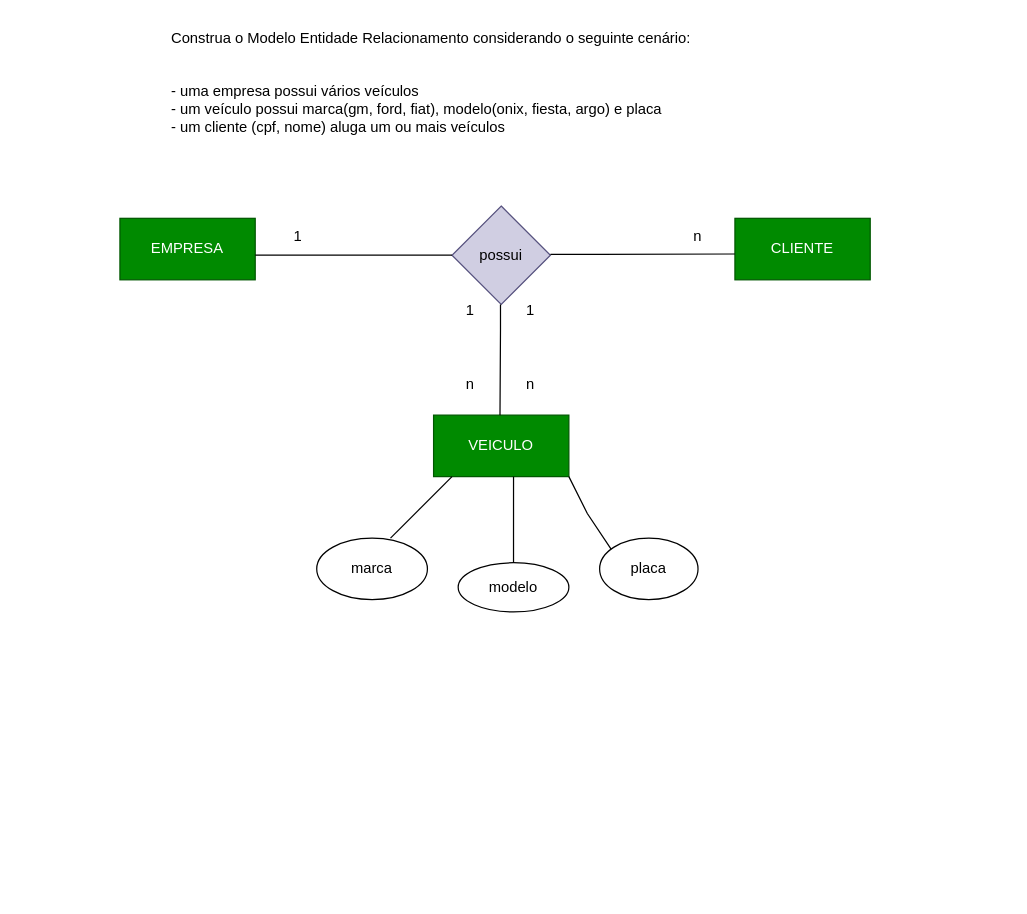
Before: sprint1-bd/exercicios/1.2-exercicio-locadora/1.2-exercicio-filmes.drawio in AlbatrozPyt/2S-SENAI-dv, a draw.io diagram. Source tidied: cells renumbered, new cells numbered last; positions are measured from the earlier drawing's top-left corner, leaving out a move shared by most shapes. Both pictures are drawn from the tidied source at 123%, with x=0, y=0 at pixel (119, 21).
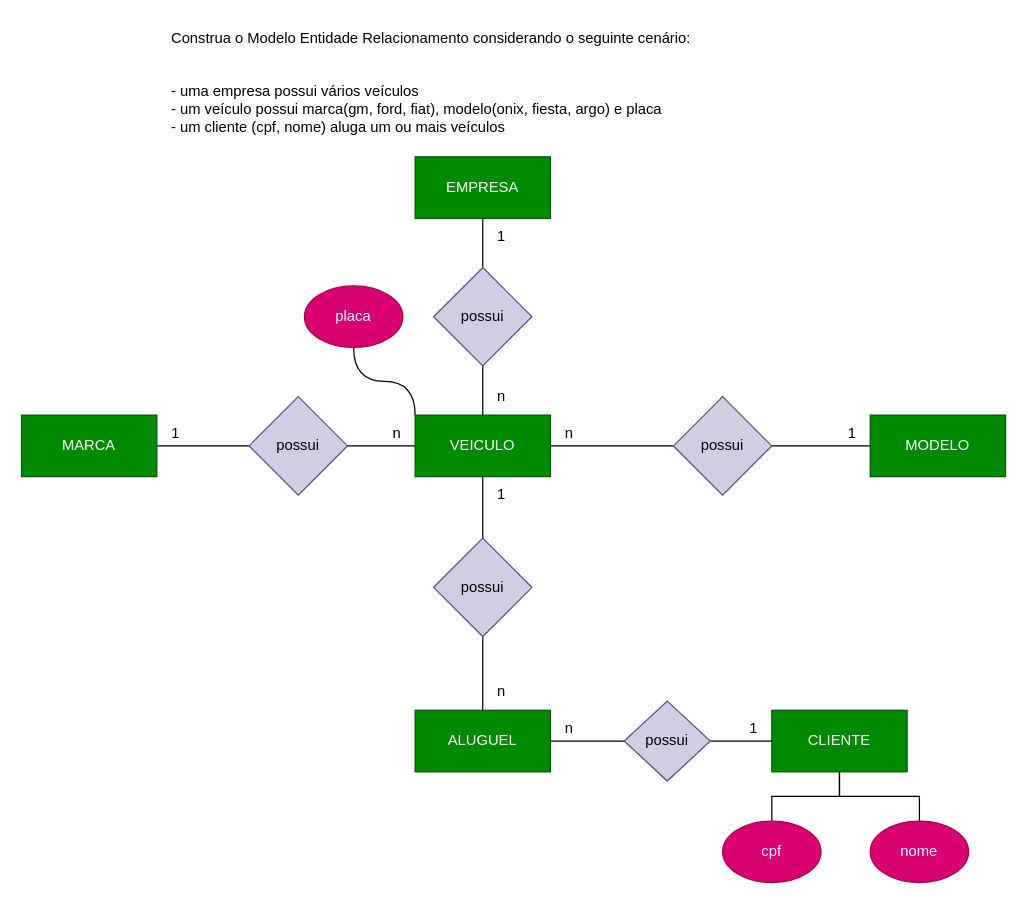
The same diagram, later.

Diff of the diagram source:
```diff
@@
     <mxCell id="3" value="EMPRESA" style="html=1;whiteSpace=wrap;fillColor=#008a00;fontColor=#ffffff;strokeColor=#005700;" parent="1" vertex="1">
-      <mxGeometry y="160" width="110" height="50" as="geometry" />
+      <mxGeometry x="240" y="110" width="110" height="50" as="geometry" />
     </mxCell>
+    <mxCell id="26" style="edgeStyle=orthogonalEdgeStyle;rounded=0;jettySize=auto;html=1;entryX=1;entryY=0.5;entryDx=0;entryDy=0;endArrow=none;endFill=0;" parent="1" edge="1" source="4" target="36">
+      <mxGeometry relative="1" as="geometry" />
+    </mxCell>
+    <mxCell id="27" style="edgeStyle=orthogonalEdgeStyle;rounded=0;jettySize=auto;html=1;entryX=0;entryY=0.5;entryDx=0;entryDy=0;endArrow=none;endFill=0;" parent="1" edge="1" source="4" target="39">
+      <mxGeometry relative="1" as="geometry" />
+    </mxCell>
+    <mxCell id="28" style="rounded=0;jettySize=auto;html=1;endArrow=none;endFill=0;edgeStyle=orthogonalEdgeStyle;curved=1;exitX=0;exitY=0;exitDx=0;exitDy=0;" parent="1" edge="1" source="4" target="15">
+      <mxGeometry relative="1" as="geometry" />
+    </mxCell>
     <mxCell id="4" value="VEICULO" style="html=1;whiteSpace=wrap;fillColor=#008a00;fontColor=#ffffff;strokeColor=#005700;" parent="1" vertex="1">
-      <mxGeometry x="255" y="320" width="110" height="50" as="geometry" />
+      <mxGeometry x="240" y="320" width="110" height="50" as="geometry" />
     </mxCell>
+    <mxCell id="29" style="edgeStyle=orthogonalEdgeStyle;rounded=0;jettySize=auto;html=1;endArrow=none;endFill=0;" parent="1" edge="1" source="5" target="33">
+      <mxGeometry relative="1" as="geometry" />
+    </mxCell>
+    <mxCell id="30" style="edgeStyle=orthogonalEdgeStyle;rounded=0;jettySize=auto;html=1;endArrow=none;endFill=0;" parent="1" edge="1" source="5" target="34">
+      <mxGeometry relative="1" as="geometry" />
+    </mxCell>
     <mxCell id="5" value="CLIENTE" style="html=1;whiteSpace=wrap;fillColor=#008a00;fontColor=#ffffff;strokeColor=#005700;" parent="1" vertex="1">
-      <mxGeometry x="500" y="160" width="110" height="50" as="geometry" />
+      <mxGeometry x="530" y="560" width="110" height="50" as="geometry" />
     </mxCell>
+    <mxCell id="31" style="edgeStyle=orthogonalEdgeStyle;rounded=0;jettySize=auto;html=1;entryX=0.5;entryY=1;entryDx=0;entryDy=0;endArrow=none;endFill=0;" parent="1" edge="1" source="6" target="3">
+      <mxGeometry relative="1" as="geometry" />
+    </mxCell>
+    <mxCell id="32" style="edgeStyle=orthogonalEdgeStyle;rounded=0;jettySize=auto;html=1;entryX=0.5;entryY=0;entryDx=0;entryDy=0;endArrow=none;endFill=0;" parent="1" edge="1" source="6" target="4">
+      <mxGeometry relative="1" as="geometry" />
+    </mxCell>
-    <mxCell id="6" style="rhombus;whiteSpace=wrap;html=1;fillColor=#d0cee2;strokeColor=#56517e;" parent="1" vertex="1">
-      <mxGeometry x="270" y="150" width="80" height="80" as="geometry" />
+    <mxCell id="6" value="possui" style="rhombus;whiteSpace=wrap;html=1;fillColor=#d0cee2;strokeColor=#56517e;" parent="1" vertex="1">
+      <mxGeometry x="255" y="200" width="80" height="80" as="geometry" />
     </mxCell>
-    <mxCell id="7" value="possui" style="text;html=1;strokeColor=none;fillColor=none;align=center;verticalAlign=middle;whiteSpace=wrap;rounded=0;" parent="1" vertex="1">
-      <mxGeometry x="280" y="175" width="60" height="30" as="geometry" />
-    </mxCell>
-    <mxCell id="8" style="endArrow=none;html=1;rounded=0;" parent="1" edge="1">
-      <mxGeometry relative="1" as="geometry">
-        <mxPoint x="220" y="420" as="sourcePoint" />
-        <mxPoint x="270" y="370" as="targetPoint" />
-      </mxGeometry>
-    </mxCell>
-    <mxCell id="9" style="ellipse;whiteSpace=wrap;html=1;" parent="1" vertex="1">
-      <mxGeometry x="160" y="420" width="90" height="50" as="geometry" />
-    </mxCell>
-    <mxCell id="10" value="marca" style="text;html=1;strokeColor=none;fillColor=none;align=center;verticalAlign=middle;whiteSpace=wrap;rounded=0;" parent="1" vertex="1">
-      <mxGeometry x="175" y="430" width="60" height="30" as="geometry" />
-    </mxCell>
-    <mxCell id="11" style="endArrow=none;html=1;rounded=0;entryX=0.591;entryY=1;entryDx=0;entryDy=0;entryPerimeter=0;" parent="1" edge="1" target="4">
-      <mxGeometry relative="1" as="geometry">
-        <mxPoint x="320" y="440" as="sourcePoint" />
-        <Array as="points">
-          <mxPoint x="320" y="420" />
-        </Array>
-      </mxGeometry>
-    </mxCell>
-    <mxCell id="12" style="ellipse;whiteSpace=wrap;html=1;" parent="1" vertex="1">
-      <mxGeometry x="275" y="440" width="90" height="40" as="geometry" />
-    </mxCell>
-    <mxCell id="13" value="modelo" style="text;html=1;strokeColor=none;fillColor=none;align=center;verticalAlign=middle;whiteSpace=wrap;rounded=0;" parent="1" vertex="1">
-      <mxGeometry x="290" y="445" width="60" height="30" as="geometry" />
-    </mxCell>
-    <mxCell id="14" style="endArrow=none;html=1;rounded=0;entryX=0.591;entryY=1;entryDx=0;entryDy=0;entryPerimeter=0;" parent="1" edge="1">
-      <mxGeometry relative="1" as="geometry">
-        <mxPoint x="400" y="430" as="sourcePoint" />
-        <mxPoint x="365" y="370" as="targetPoint" />
-        <Array as="points">
-          <mxPoint x="380" y="400" />
-        </Array>
-      </mxGeometry>
-    </mxCell>
-    <mxCell id="15" style="ellipse;whiteSpace=wrap;html=1;" parent="1" vertex="1">
-      <mxGeometry x="390" y="420" width="80" height="50" as="geometry" />
+    <mxCell id="15" value="placa" style="ellipse;whiteSpace=wrap;html=1;fillColor=#d80073;fontColor=#ffffff;strokeColor=#A50040;" parent="1" vertex="1">
+      <mxGeometry x="150" y="215" width="80" height="50" as="geometry" />
     </mxCell>
-    <mxCell id="16" value="placa" style="text;html=1;strokeColor=none;fillColor=none;align=center;verticalAlign=middle;whiteSpace=wrap;rounded=0;" parent="1" vertex="1">
-      <mxGeometry x="400" y="430" width="60" height="30" as="geometry" />
-    </mxCell>
-    <mxCell id="17" style="endArrow=none;html=1;rounded=0;entryX=0;entryY=0.5;entryDx=0;entryDy=0;" parent="1" edge="1" target="6">
-      <mxGeometry relative="1" as="geometry">
-        <mxPoint x="110" y="190" as="sourcePoint" />
-        <Array as="points">
-          <mxPoint x="150" y="190" />
-        </Array>
-      </mxGeometry>
-    </mxCell>
-    <mxCell id="18" style="endArrow=none;html=1;rounded=0;" parent="1" edge="1">
-      <mxGeometry relative="1" as="geometry">
-        <mxPoint x="350" y="189.4" as="sourcePoint" />
-        <mxPoint x="500" y="189" as="targetPoint" />
-        <Array as="points">
-          <mxPoint x="390" y="189.4" />
-        </Array>
-      </mxGeometry>
-    </mxCell>
-    <mxCell id="19" style="endArrow=none;html=1;rounded=0;" parent="1" edge="1">
-      <mxGeometry relative="1" as="geometry">
-        <mxPoint x="309.4" y="230" as="sourcePoint" />
-        <mxPoint x="309" y="320" as="targetPoint" />
-        <Array as="points">
-          <mxPoint x="309.4" y="250.4" />
-        </Array>
-      </mxGeometry>
-    </mxCell>
-    <mxCell id="20" value="1" style="text;html=1;strokeColor=none;fillColor=none;align=center;verticalAlign=middle;whiteSpace=wrap;rounded=0;" parent="1" vertex="1">
-      <mxGeometry x="115" y="160" width="60" height="30" as="geometry" />
-    </mxCell>
-    <mxCell id="21" value="n" style="text;html=1;strokeColor=none;fillColor=none;align=center;verticalAlign=middle;whiteSpace=wrap;rounded=0;" parent="1" vertex="1">
-      <mxGeometry x="440" y="160" width="60" height="30" as="geometry" />
-    </mxCell>
-    <mxCell id="22" value="1" style="text;html=1;strokeColor=none;fillColor=none;align=center;verticalAlign=middle;whiteSpace=wrap;rounded=0;" parent="1" vertex="1">
-      <mxGeometry x="255" y="220" width="60" height="30" as="geometry" />
-    </mxCell>
-    <mxCell id="23" value="n" style="text;html=1;strokeColor=none;fillColor=none;align=center;verticalAlign=middle;whiteSpace=wrap;rounded=0;" parent="1" vertex="1">
-      <mxGeometry x="255" y="280" width="60" height="30" as="geometry" />
-    </mxCell>
-    <mxCell id="24" value="1" style="text;html=1;strokeColor=none;fillColor=none;align=center;verticalAlign=middle;whiteSpace=wrap;rounded=0;" parent="1" vertex="1">
-      <mxGeometry x="304" y="220" width="60" height="30" as="geometry" />
-    </mxCell>
-    <mxCell id="25" value="n" style="text;html=1;strokeColor=none;fillColor=none;align=center;verticalAlign=middle;whiteSpace=wrap;rounded=0;" parent="1" vertex="1">
-      <mxGeometry x="304" y="280" width="60" height="30" as="geometry" />
-    </mxCell>
+    <mxCell id="33" value="cpf" style="ellipse;whiteSpace=wrap;html=1;fillColor=#d80073;fontColor=#ffffff;strokeColor=#A50040;" parent="1" vertex="1">
+      <mxGeometry x="490" y="650" width="80" height="50" as="geometry" />
+    </mxCell>
+    <mxCell id="34" value="nome" style="ellipse;whiteSpace=wrap;html=1;fillColor=#d80073;fontColor=#ffffff;strokeColor=#A50040;" parent="1" vertex="1">
+      <mxGeometry x="610" y="650" width="80" height="50" as="geometry" />
+    </mxCell>
+    <mxCell id="35" style="edgeStyle=orthogonalEdgeStyle;rounded=0;jettySize=auto;html=1;entryX=1;entryY=0.5;entryDx=0;entryDy=0;endArrow=none;endFill=0;" parent="1" edge="1" source="36" target="37">
+      <mxGeometry relative="1" as="geometry" />
+    </mxCell>
+    <mxCell id="36" value="possui" style="rhombus;whiteSpace=wrap;html=1;fillColor=#d0cee2;strokeColor=#56517e;" parent="1" vertex="1">
+      <mxGeometry x="105" y="305" width="80" height="80" as="geometry" />
+    </mxCell>
+    <mxCell id="37" value="MARCA" style="html=1;whiteSpace=wrap;fillColor=#008a00;fontColor=#ffffff;strokeColor=#005700;" parent="1" vertex="1">
+      <mxGeometry x="-80" y="320" width="110" height="50" as="geometry" />
+    </mxCell>
+    <mxCell id="38" style="edgeStyle=orthogonalEdgeStyle;rounded=0;jettySize=auto;html=1;entryX=0;entryY=0.5;entryDx=0;entryDy=0;endArrow=none;endFill=0;" parent="1" edge="1" source="39" target="40">
+      <mxGeometry relative="1" as="geometry" />
+    </mxCell>
+    <mxCell id="39" value="possui" style="rhombus;whiteSpace=wrap;html=1;fillColor=#d0cee2;strokeColor=#56517e;" parent="1" vertex="1">
+      <mxGeometry x="450" y="305" width="80" height="80" as="geometry" />
+    </mxCell>
+    <mxCell id="40" value="MODELO" style="html=1;whiteSpace=wrap;fillColor=#008a00;fontColor=#ffffff;strokeColor=#005700;" parent="1" vertex="1">
+      <mxGeometry x="610" y="320" width="110" height="50" as="geometry" />
+    </mxCell>
+    <mxCell id="41" style="edgeStyle=orthogonalEdgeStyle;rounded=0;jettySize=auto;html=1;entryX=0;entryY=0.5;entryDx=0;entryDy=0;endArrow=none;endFill=0;" parent="1" edge="1" source="42" target="56">
+      <mxGeometry relative="1" as="geometry" />
+    </mxCell>
+    <mxCell id="42" value="ALUGUEL" style="html=1;whiteSpace=wrap;fillColor=#008a00;fontColor=#ffffff;strokeColor=#005700;" parent="1" vertex="1">
+      <mxGeometry x="240" y="560" width="110" height="50" as="geometry" />
+    </mxCell>
+    <mxCell id="43" style="edgeStyle=orthogonalEdgeStyle;rounded=0;orthogonalLoop=1;jettySize=auto;html=1;exitX=0.5;exitY=1;exitDx=0;exitDy=0;" parent="1" edge="1" source="33" target="33">
+      <mxGeometry relative="1" as="geometry" />
+    </mxCell>
+    <mxCell id="44" value="1" style="text;html=1;align=center;verticalAlign=middle;strokeColor=none;fillColor=none;" parent="1" vertex="1">
+      <mxGeometry x="295" y="160" width="30" height="30" as="geometry" />
+    </mxCell>
+    <mxCell id="45" value="n" style="text;html=1;align=center;verticalAlign=middle;strokeColor=none;fillColor=none;" parent="1" vertex="1">
+      <mxGeometry x="295" y="290" width="30" height="30" as="geometry" />
+    </mxCell>
+    <mxCell id="46" value="1" style="text;html=1;align=center;verticalAlign=middle;strokeColor=none;fillColor=none;" parent="1" vertex="1">
+      <mxGeometry x="30" y="320" width="30" height="30" as="geometry" />
+    </mxCell>
+    <mxCell id="47" value="n" style="text;html=1;align=center;verticalAlign=middle;strokeColor=none;fillColor=none;" parent="1" vertex="1">
+      <mxGeometry x="350" y="320" width="30" height="30" as="geometry" />
+    </mxCell>
+    <mxCell id="48" value="1" style="text;html=1;align=center;verticalAlign=middle;strokeColor=none;fillColor=none;" parent="1" vertex="1">
+      <mxGeometry x="580" y="320" width="30" height="30" as="geometry" />
+    </mxCell>
+    <mxCell id="49" value="n" style="text;html=1;align=center;verticalAlign=middle;strokeColor=none;fillColor=none;" parent="1" vertex="1">
+      <mxGeometry x="210" y="320" width="30" height="30" as="geometry" />
+    </mxCell>
+    <mxCell id="50" style="edgeStyle=orthogonalEdgeStyle;rounded=0;jettySize=auto;html=1;entryX=0.5;entryY=1;entryDx=0;entryDy=0;endArrow=none;endFill=0;" parent="1" edge="1" source="52" target="4">
+      <mxGeometry relative="1" as="geometry" />
+    </mxCell>
+    <mxCell id="51" style="edgeStyle=orthogonalEdgeStyle;rounded=0;jettySize=auto;html=1;endArrow=none;endFill=0;" parent="1" edge="1" source="52" target="42">
+      <mxGeometry relative="1" as="geometry" />
+    </mxCell>
+    <mxCell id="52" value="possui" style="rhombus;whiteSpace=wrap;html=1;fillColor=#d0cee2;strokeColor=#56517e;" parent="1" vertex="1">
+      <mxGeometry x="255" y="420" width="80" height="80" as="geometry" />
+    </mxCell>
+    <mxCell id="53" value="1" style="text;html=1;align=center;verticalAlign=middle;strokeColor=none;fillColor=none;" parent="1" vertex="1">
+      <mxGeometry x="295" y="370" width="30" height="30" as="geometry" />
+    </mxCell>
+    <mxCell id="54" value="n" style="text;html=1;align=center;verticalAlign=middle;strokeColor=none;fillColor=none;" parent="1" vertex="1">
+      <mxGeometry x="295" y="530" width="30" height="30" as="geometry" />
+    </mxCell>
+    <mxCell id="55" style="edgeStyle=orthogonalEdgeStyle;rounded=0;jettySize=auto;html=1;entryX=0;entryY=0.5;entryDx=0;entryDy=0;endArrow=none;endFill=0;" parent="1" edge="1" source="56" target="5">
+      <mxGeometry relative="1" as="geometry" />
+    </mxCell>
+    <mxCell id="56" value="possui" style="rhombus;whiteSpace=wrap;html=1;fillColor=#d0cee2;strokeColor=#56517e;" parent="1" vertex="1">
+      <mxGeometry x="410" y="552.5" width="70" height="65" as="geometry" />
+    </mxCell>
+    <mxCell id="57" value="n" style="text;html=1;align=center;verticalAlign=middle;strokeColor=none;fillColor=none;" parent="1" vertex="1">
+      <mxGeometry x="350" y="560" width="30" height="30" as="geometry" />
+    </mxCell>
+    <mxCell id="58" value="1" style="text;html=1;align=center;verticalAlign=middle;strokeColor=none;fillColor=none;" parent="1" vertex="1">
+      <mxGeometry x="500" y="560" width="30" height="30" as="geometry" />
+    </mxCell>
```
